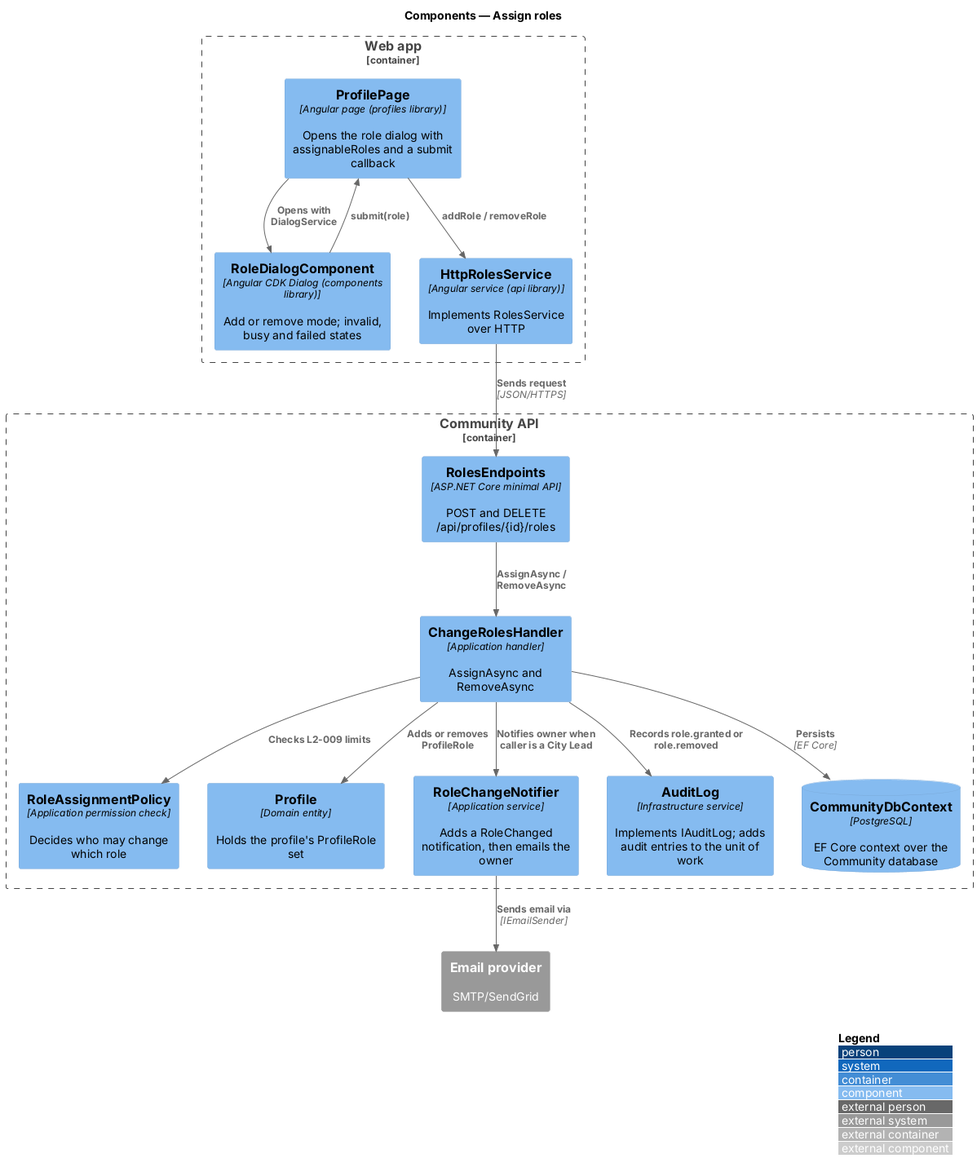
Earlier version of the PlantUML export docs/detailed-designs/admin/assign-roles/diagrams/c4-component.png (QuinntyneBrown/faithtech-community). Source of this version:
```plantuml
@startuml
!include <C4/C4_Component>
LAYOUT_WITH_LEGEND()
title Components — Assign roles
Container_Boundary(web, "Web app") {
  Component(page, "ProfilePage", "Angular page (profiles library)", "Opens the role dialog with assignableRoles and a submit callback")
  Component(dlg, "RoleDialogComponent", "Angular CDK Dialog (components library)", "Add or remove mode; invalid, busy and failed states")
  Component(svc, "HttpRolesService", "Angular service (api library)", "Implements RolesService over HTTP")
}
Container_Boundary(api, "Community API") {
  Component(ep, "RolesEndpoints", "ASP.NET Core minimal API", "POST and DELETE /api/profiles/{id}/roles")
  Component(h, "ChangeRolesHandler", "Application handler", "AssignAsync and RemoveAsync")
  Component(pol, "RoleAssignmentPolicy", "Application permission check", "Decides who may change which role")
  Component(prof, "Profile", "Domain entity", "Holds the profile's ProfileRole set")
  Component(notify, "RoleChangeNotifier", "Application service", "Adds a RoleChanged notification, then emails the owner")
  Component(audit, "AuditLog", "Infrastructure service", "Implements IAuditLog; adds audit entries to the unit of work")
  ComponentDb(db, "CommunityDbContext", "PostgreSQL", "EF Core context over the Community database")
}
System_Ext(email, "Email provider", "SMTP/SendGrid")
Rel(page, dlg, "Opens with DialogService")
Rel(dlg, page, "submit(role)")
Rel(page, svc, "addRole / removeRole")
Rel(svc, ep, "Sends request", "JSON/HTTPS")
Rel(ep, h, "AssignAsync / RemoveAsync")
Rel(h, pol, "Checks L2-009 limits")
Rel(h, prof, "Adds or removes ProfileRole")
Rel(h, audit, "Records role.granted or role.removed")
Rel(h, notify, "Notifies owner when caller is a City Lead")
Rel(h, db, "Persists", "EF Core")
Rel(notify, email, "Sends email via", "IEmailSender")
@enduml
```
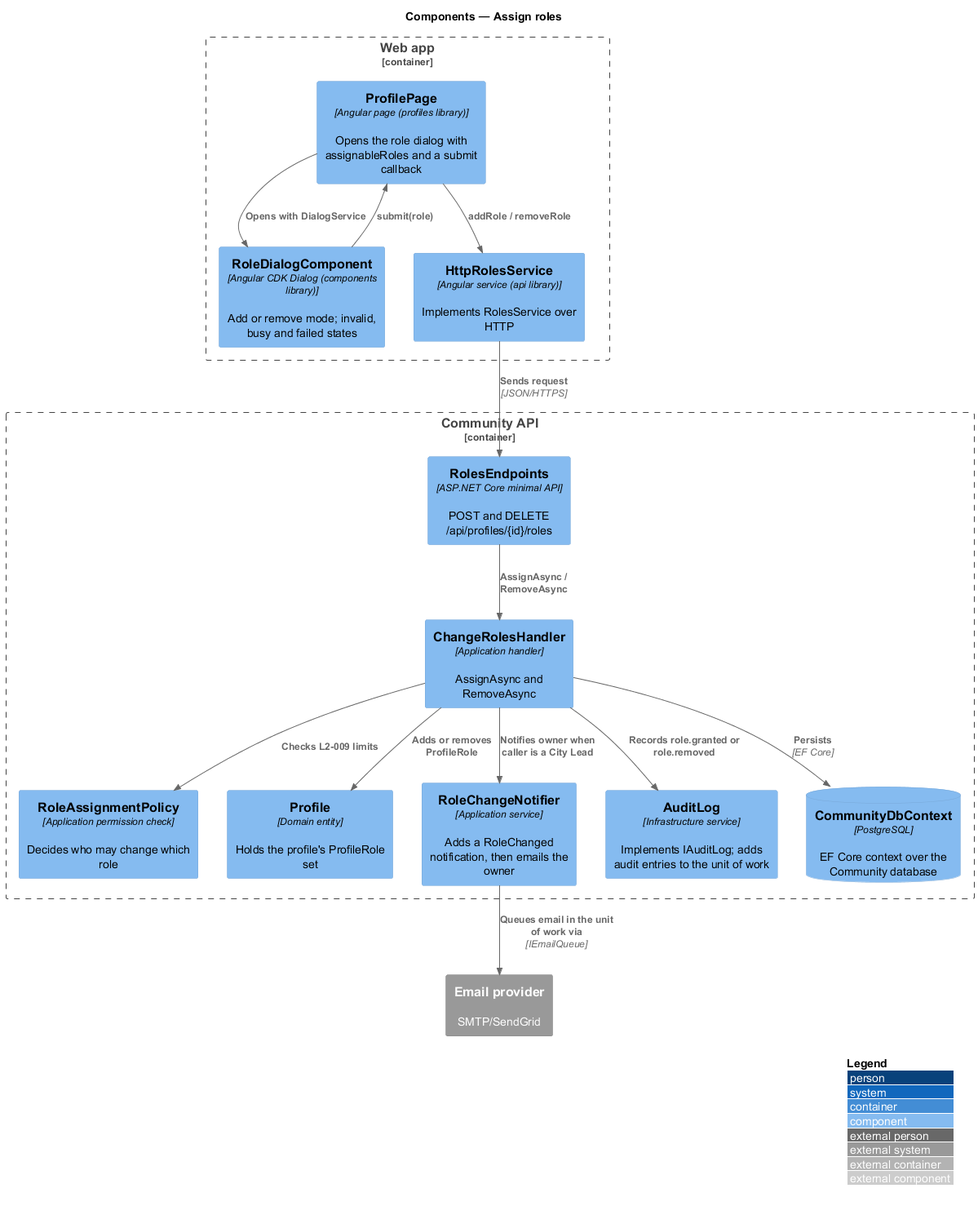
After the commit.

The edit, as a diff of the source:
```diff
@@ -27,5 +27,5 @@
 Rel(h, audit, "Records role.granted or role.removed")
 Rel(h, notify, "Notifies owner when caller is a City Lead")
 Rel(h, db, "Persists", "EF Core")
-Rel(notify, email, "Sends email via", "IEmailSender")
+Rel(notify, email, "Queues email in the unit of work via", "IEmailQueue")
 @enduml
```
